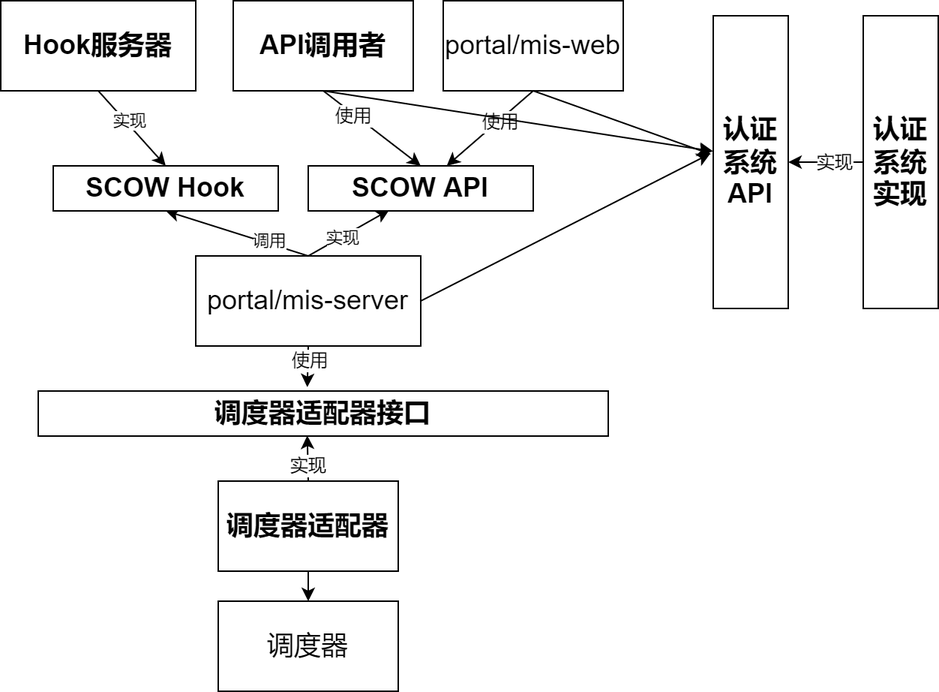
The draw.io diagram docs/docs/integration/integration.png in PKUHPC/OpenSCOW, before a commit. Source tidied: cells renumbered, new cells last; positions are measured from the earlier drawing's top-left corner, leaving out a move shared by most shapes.
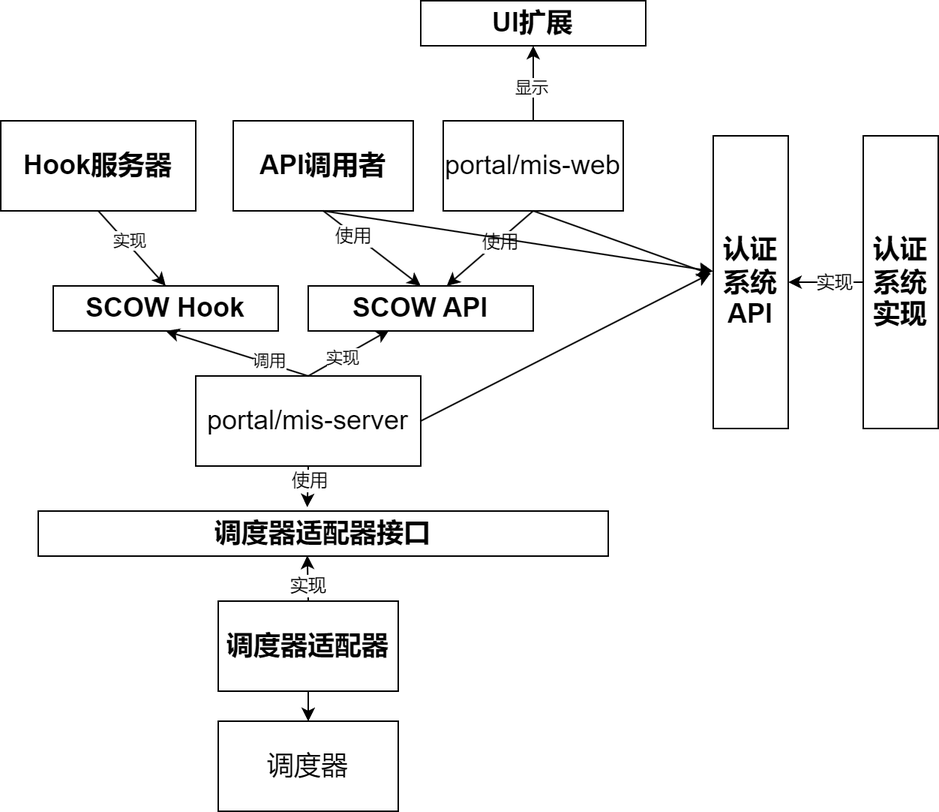
Above is the later version.

Change to the diagram source:
```diff
@@ -37,6 +37,16 @@
     <mxCell id="12" style="edgeStyle=none;html=1;exitX=0.5;exitY=1;exitDx=0;exitDy=0;fontSize=12;entryX=-0.032;entryY=0.473;entryDx=0;entryDy=0;entryPerimeter=0;" parent="1" edge="1" source="13" target="26">
       <mxGeometry relative="1" as="geometry" />
     </mxCell>
+    <mxCell id="33" style="edgeStyle=none;html=1;exitX=0.5;exitY=0;exitDx=0;exitDy=0;entryX=0.5;entryY=1;entryDx=0;entryDy=0;" parent="1" edge="1" source="13" target="35">
+      <mxGeometry relative="1" as="geometry">
+        <Array as="points">
+          <mxPoint x="355" y="-30" />
+        </Array>
+      </mxGeometry>
+    </mxCell>
+    <mxCell id="34" value="显示" style="edgeLabel;html=1;align=center;verticalAlign=middle;" parent="33" vertex="1">
+      <mxGeometry x="-0.1" y="2" relative="1" as="geometry" />
+    </mxCell>
     <mxCell id="13" value="portal/mis-web" style="rounded=0;whiteSpace=wrap;html=1;strokeColor=default;fontSize=18;fillColor=none;" parent="1" vertex="1">
       <mxGeometry x="295" width="120" height="60" as="geometry" />
     </mxCell>
@@ -83,13 +93,13 @@
     <mxCell id="26" value="认证系统API" style="rounded=0;whiteSpace=wrap;html=1;strokeColor=default;fontSize=18;fillColor=none;fontStyle=1;" parent="1" vertex="1">
       <mxGeometry x="475" y="10" width="50" height="195" as="geometry" />
     </mxCell>
-    <mxCell id="27" value="SCOW API" style="rounded=0;whiteSpace=wrap;html=1;fontSize=18;fontStyle=1;" parent="1" vertex="1">
+    <mxCell id="27" value="SCOW API" style="rounded=0;whiteSpace=wrap;html=1;fontSize=18;fontStyle=1;fillColor=none;" parent="1" vertex="1">
       <mxGeometry x="205" y="110" width="150" height="30" as="geometry" />
     </mxCell>
     <mxCell id="28" value="调度器适配器接口" style="rounded=0;whiteSpace=wrap;html=1;strokeColor=default;fontSize=18;fillColor=none;fontStyle=1;" parent="1" vertex="1">
       <mxGeometry x="25" y="260" width="380" height="30" as="geometry" />
     </mxCell>
-    <mxCell id="29" value="SCOW Hook" style="rounded=0;whiteSpace=wrap;html=1;fontSize=18;fontStyle=1;" parent="1" vertex="1">
+    <mxCell id="29" value="SCOW Hook" style="rounded=0;whiteSpace=wrap;html=1;fontSize=18;fontStyle=1;fillColor=none;" parent="1" vertex="1">
       <mxGeometry x="35" y="110" width="150" height="30" as="geometry" />
     </mxCell>
     <mxCell id="30" style="edgeStyle=none;html=1;exitX=0.5;exitY=1;exitDx=0;exitDy=0;entryX=0.5;entryY=0;entryDx=0;entryDy=0;" parent="1" edge="1" source="32" target="29">
@@ -103,5 +113,8 @@
     <mxCell id="32" value="Hook服务器" style="rounded=0;whiteSpace=wrap;html=1;strokeColor=default;fontSize=18;fillColor=none;fontStyle=1;" parent="1" vertex="1">
       <mxGeometry width="130" height="60" as="geometry" />
     </mxCell>
+    <mxCell id="35" value="UI扩展" style="rounded=0;whiteSpace=wrap;html=1;fontSize=18;fontStyle=1;fillColor=none;" parent="1" vertex="1">
+      <mxGeometry x="280" y="-80" width="150" height="30" as="geometry" />
+    </mxCell>
   </root>
 </mxGraphModel>
```
